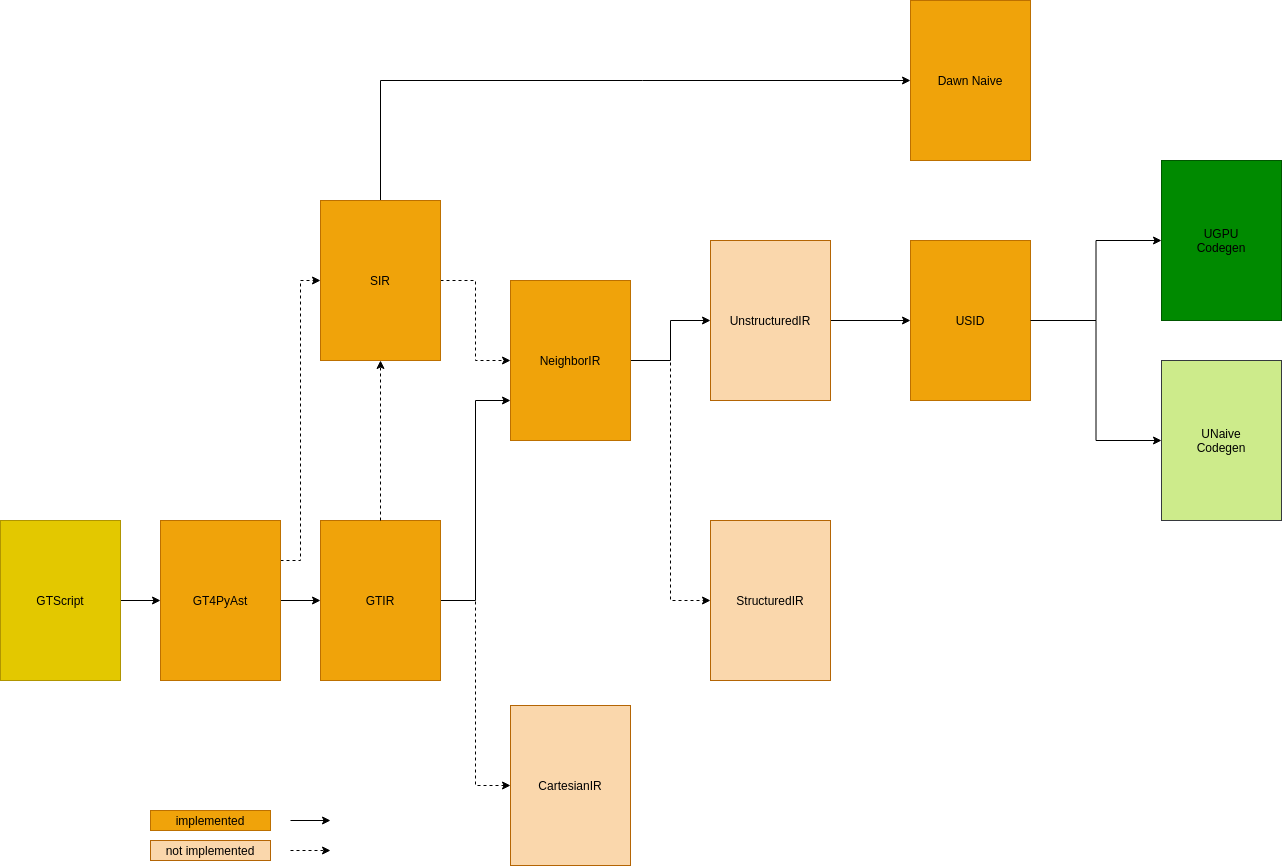
The draw.io diagram src/gtc/gtc_irs.drawio.png in tehrengruber/gtc, before a commit. Source tidied: cells renumbered, new cells last; positions are measured from the earlier drawing's top-left corner, leaving out a move shared by most shapes.
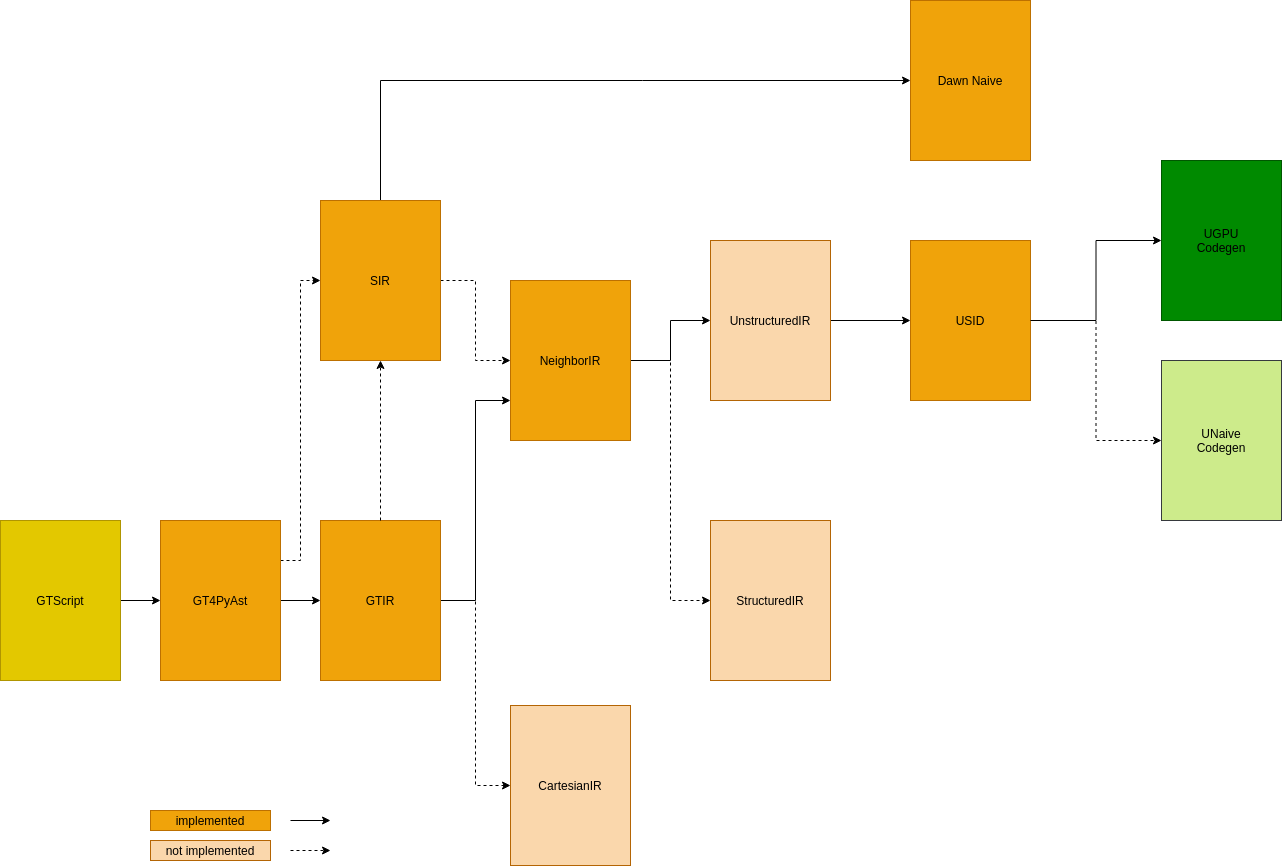
The same file after the commit.

Commit message:
correctly dotted lines

Diff of the diagram source:
```diff
@@ -29,7 +29,7 @@
     <mxCell id="10" value="&lt;font color=&quot;#000000&quot;&gt;StructuredIR&lt;/font&gt;" style="rounded=0;whiteSpace=wrap;html=1;fontFamily=Helvetica;fontSize=12;align=center;strokeColor=#b46504;fillColor=#fad7ac;" parent="1" vertex="1">
       <mxGeometry x="710" y="520" width="120" height="160" as="geometry" />
     </mxCell>
-    <mxCell id="11" style="edgeStyle=orthogonalEdgeStyle;rounded=0;jettySize=auto;html=1;entryX=0;entryY=0.5;entryDx=0;entryDy=0;" parent="1" edge="1" source="12" target="30">
+    <mxCell id="11" style="edgeStyle=orthogonalEdgeStyle;rounded=0;jettySize=auto;html=1;entryX=0;entryY=0.5;entryDx=0;entryDy=0;dashed=1;" parent="1" edge="1" source="12" target="30">
       <mxGeometry relative="1" as="geometry" />
     </mxCell>
     <mxCell id="12" value="&lt;font color=&quot;#000000&quot;&gt;USID&lt;/font&gt;" style="rounded=0;whiteSpace=wrap;html=1;fontFamily=Helvetica;fontSize=12;fontColor=#ffffff;align=center;strokeColor=#BD7000;fillColor=#f0a30a;" parent="1" vertex="1">
```
